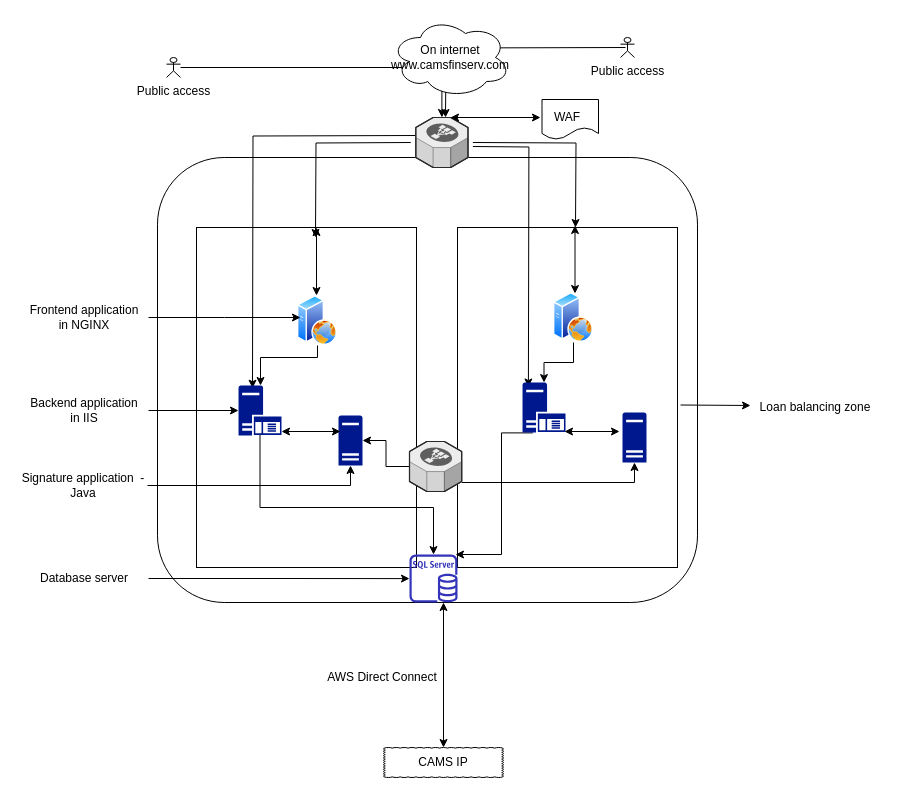
This is Untitled Diagram.drawio from ajaykarth-devops/flipkart, a draw.io file, before an edit. Source tidied: cells renumbered, new cells numbered last; positions are measured from the earlier drawing's top-left corner, leaving out a move shared by most shapes. Both pictures are drawn from the tidied source at 100%, with x=0, y=0 at pixel (19, 17).
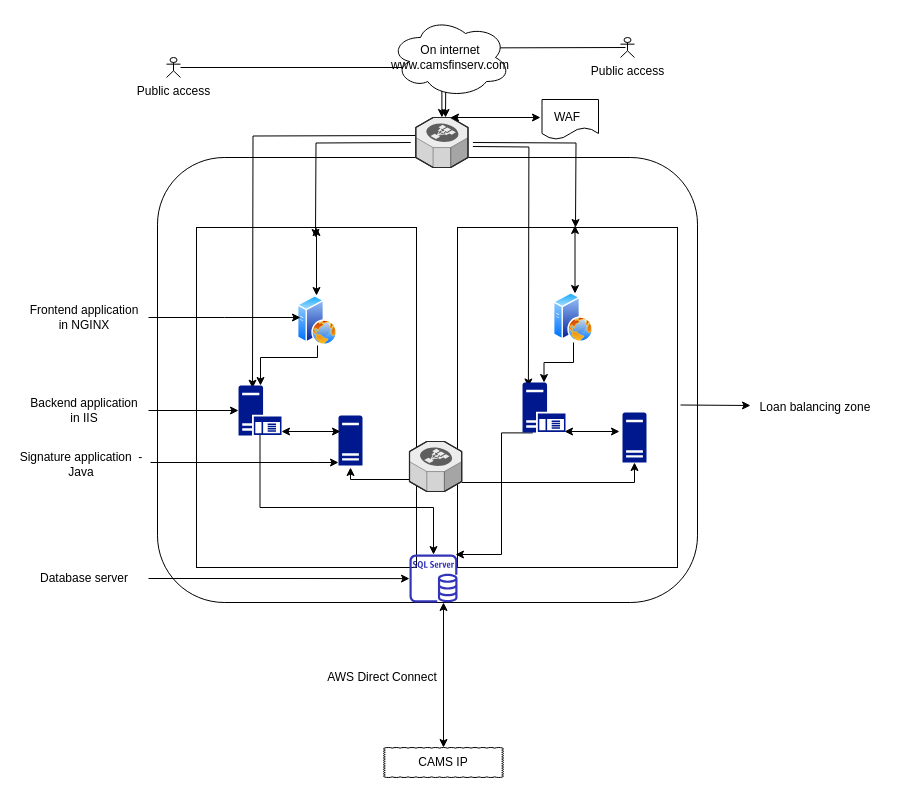
The same page after the edit.

The change refers to these unchanged cells:
```xml
<mxCell id="6" style="shadow=0;dashed=0;html=1;strokeColor=none;labelPosition=center;verticalLabelPosition=bottom;verticalAlign=top;align=center;fillColor=#00188D;shape=mxgraph.mscae.enterprise.server_generic;" parent="1" vertex="1">
  <mxGeometry x="319" y="398" width="24" height="50" as="geometry" />
</mxCell>
<mxCell id="48" style="verticalLabelPosition=bottom;html=1;verticalAlign=top;strokeWidth=1;align=center;outlineConnect=0;dashed=0;outlineConnect=0;shape=mxgraph.aws3d.elasticLoadBalancing;fillColor=#ECECEC;strokeColor=#5E5E5E;" parent="1" vertex="1">
  <mxGeometry x="390" y="424" width="52.2" height="50" as="geometry" />
</mxCell>
```

Diff of the diagram source:
```diff
@@
-    <mxCell id="35" style="edgeStyle=orthogonalEdgeStyle;rounded=0;jettySize=auto;html=1;entryX=0.5;entryY=1;entryDx=0;entryDy=0;entryPerimeter=0;" parent="1" edge="1" source="36" target="6">
-      <mxGeometry relative="1" as="geometry" />
+    <mxCell id="35" style="edgeStyle=orthogonalEdgeStyle;rounded=0;orthogonalLoop=1;jettySize=auto;html=1;" parent="1" edge="1">
+      <mxGeometry relative="1" as="geometry">
+        <mxPoint x="131" y="445" as="sourcePoint" />
+        <mxPoint x="319" y="445" as="targetPoint" />
+        <Array as="points">
+          <mxPoint x="296.4" y="445" />
+        </Array>
+      </mxGeometry>
     </mxCell>
     <mxCell id="36" value="Signature application&amp;nbsp; - Java" style="text;html=1;strokeColor=none;fillColor=none;align=center;verticalAlign=middle;whiteSpace=wrap;rounded=0;" parent="1" vertex="1">
-      <mxGeometry y="458" width="128" height="20" as="geometry" />
+      <mxGeometry x="-2" y="437" width="128" height="20" as="geometry" />
     </mxCell>
@@
-    <mxCell id="46" style="edgeStyle=orthogonalEdgeStyle;rounded=0;jettySize=auto;html=1;" parent="1" edge="1" source="48" target="6">
-      <mxGeometry relative="1" as="geometry" />
+    <mxCell id="46" style="edgeStyle=orthogonalEdgeStyle;rounded=0;orthogonalLoop=1;jettySize=auto;html=1;" parent="1" edge="1">
+      <mxGeometry relative="1" as="geometry">
+        <mxPoint x="390" y="462" as="sourcePoint" />
+        <mxPoint x="331" y="450" as="targetPoint" />
+        <Array as="points">
+          <mxPoint x="331" y="462" />
+        </Array>
+      </mxGeometry>
     </mxCell>
```
